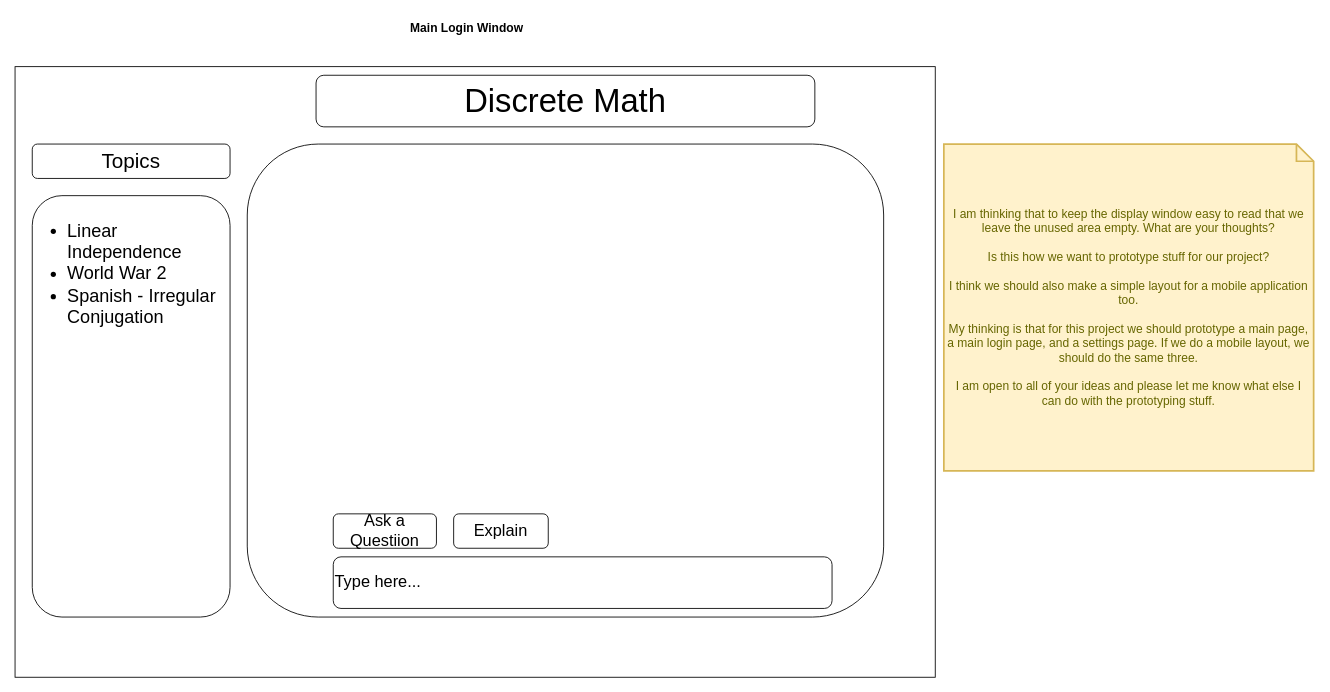
Earlier version of the draw.io diagram 460prototype.drawio (mmeiser19/cpsc460). Source tidied: cells renumbered, new cells numbered last; positions are measured from the earlier drawing's top-left corner, leaving out a move shared by most shapes. Both pictures are drawn from the tidied source at 86%, with x=0, y=0 at pixel (15, 15).
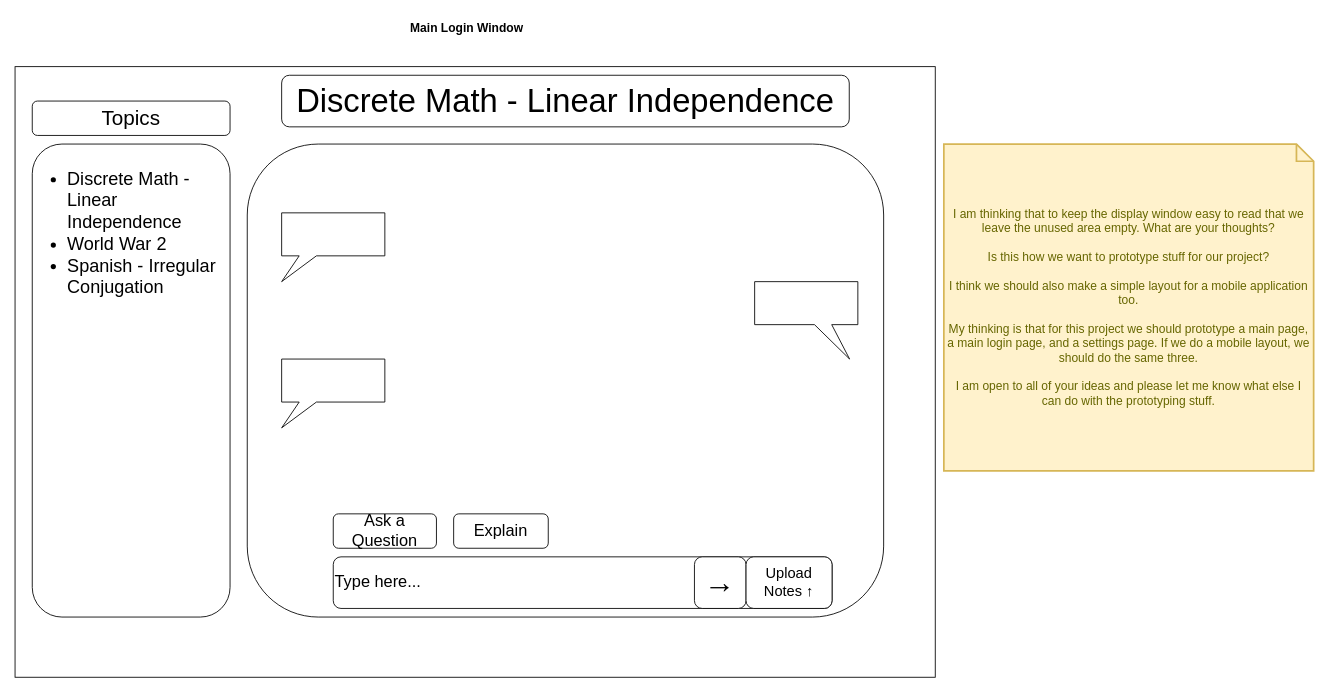
After the change.

Commit message:
Created 1 of 3 chat pages

Diff of the diagram source:
```diff
@@
 <mxGraphModel>
   <root>
     <mxCell id="0" />
     <mxCell id="1" parent="0" />
     <mxCell id="2" style="rounded=0;whiteSpace=wrap;html=1;" parent="1" vertex="1">
       <mxGeometry y="60" width="1070" height="710" as="geometry" />
     </mxCell>
     <mxCell id="3" value="&lt;b&gt;&lt;font style=&quot;font-size: 14px;&quot;&gt;Main Login Window&lt;/font&gt;&lt;/b&gt;" style="text;html=1;strokeColor=none;fillColor=none;align=center;verticalAlign=middle;whiteSpace=wrap;rounded=0;" parent="1" vertex="1">
       <mxGeometry x="447.5" width="155" height="30" as="geometry" />
     </mxCell>
-    <mxCell id="4" value="&lt;span style=&quot;font-size: 38px;&quot;&gt;Discrete Math&lt;/span&gt;" style="rounded=1;whiteSpace=wrap;html=1;" parent="1" vertex="1">
-      <mxGeometry x="350" y="70" width="580" height="60" as="geometry" />
+    <mxCell id="4" value="&lt;span style=&quot;font-size: 38px;&quot;&gt;Discrete Math - Linear Independence&lt;br&gt;&lt;/span&gt;" style="rounded=1;whiteSpace=wrap;html=1;" parent="1" vertex="1">
+      <mxGeometry x="310" y="70" width="660" height="60" as="geometry" />
     </mxCell>
     <mxCell id="5" value="&lt;span style=&quot;font-size: 24px;&quot;&gt;Topics&lt;/span&gt;" style="rounded=1;whiteSpace=wrap;html=1;" parent="1" vertex="1">
-      <mxGeometry x="20" y="150" width="230" height="40" as="geometry" />
+      <mxGeometry x="20" y="100" width="230" height="40" as="geometry" />
     </mxCell>
     <mxCell id="6" style="rounded=1;whiteSpace=wrap;html=1;" parent="1" vertex="1">
       <mxGeometry x="270" y="150" width="740" height="550" as="geometry" />
     </mxCell>
     <mxCell id="7" value="&lt;font style=&quot;font-size: 19px;&quot;&gt;Type here...&lt;/font&gt;" style="rounded=1;whiteSpace=wrap;html=1;align=left;" parent="1" vertex="1">
       <mxGeometry x="370" y="630" width="580" height="60" as="geometry" />
     </mxCell>
     <mxCell id="8" value="I am thinking that to keep the display window easy to read that we leave the unused area empty. What are your thoughts?&lt;br&gt;&lt;br&gt;Is this how we want to prototype stuff for our project?&lt;br&gt;&lt;br&gt;I think we should also make a simple layout for a mobile application too.&lt;br&gt;&lt;br&gt;My thinking is that for this project we should prototype a main page, a main login page, and a settings page. If we do a mobile layout, we should do the same three.&lt;br&gt;&lt;br&gt;I am open to all of your ideas and please let me know what else I can do with the prototyping stuff." style="shape=note;strokeWidth=2;fontSize=14;size=20;whiteSpace=wrap;html=1;fillColor=#fff2cc;strokeColor=#d6b656;fontColor=#666600;" parent="1" vertex="1">
       <mxGeometry x="1080" y="150" width="430" height="380" as="geometry" />
     </mxCell>
-    <mxCell id="9" value="&lt;ul style=&quot;font-size: 21px;&quot;&gt;&lt;li style=&quot;text-align: left;&quot;&gt;&lt;span style=&quot;background-color: initial;&quot;&gt;Linear Independence&lt;/span&gt;&lt;/li&gt;&lt;li style=&quot;text-align: left;&quot;&gt;&lt;span style=&quot;background-color: initial;&quot;&gt;World War 2&lt;/span&gt;&lt;/li&gt;&lt;li style=&quot;text-align: left;&quot;&gt;&lt;span style=&quot;background-color: initial;&quot;&gt;Spanish - Irregular Conjugation&lt;/span&gt;&lt;/li&gt;&lt;/ul&gt;" style="rounded=1;whiteSpace=wrap;html=1;verticalAlign=top;" parent="1" vertex="1">
-      <mxGeometry x="20" y="210" width="230" height="490" as="geometry" />
+    <mxCell id="9" value="&lt;ul style=&quot;font-size: 21px;&quot;&gt;&lt;li style=&quot;text-align: left;&quot;&gt;&lt;span style=&quot;background-color: initial;&quot;&gt;Discrete Math - Linear Independence&lt;/span&gt;&lt;/li&gt;&lt;li style=&quot;text-align: left;&quot;&gt;&lt;span style=&quot;background-color: initial;&quot;&gt;World War 2&lt;/span&gt;&lt;/li&gt;&lt;li style=&quot;text-align: left;&quot;&gt;&lt;span style=&quot;background-color: initial;&quot;&gt;Spanish - Irregular Conjugation&lt;/span&gt;&lt;/li&gt;&lt;/ul&gt;" style="rounded=1;whiteSpace=wrap;html=1;verticalAlign=top;" parent="1" vertex="1">
+      <mxGeometry x="20" y="150" width="230" height="550" as="geometry" />
     </mxCell>
-    <mxCell id="10" value="&lt;font style=&quot;font-size: 19px;&quot;&gt;Ask a Questiion&lt;/font&gt;" style="rounded=1;whiteSpace=wrap;html=1;" parent="1" vertex="1">
+    <mxCell id="10" value="&lt;font style=&quot;font-size: 19px;&quot;&gt;Ask a Question&lt;/font&gt;" style="rounded=1;whiteSpace=wrap;html=1;" parent="1" vertex="1">
       <mxGeometry x="370" y="580" width="120" height="40" as="geometry" />
     </mxCell>
     <mxCell id="11" value="&lt;font style=&quot;font-size: 19px;&quot;&gt;Explain&lt;/font&gt;" style="rounded=1;whiteSpace=wrap;html=1;" parent="1" vertex="1">
       <mxGeometry x="510" y="580" width="110" height="40" as="geometry" />
     </mxCell>
+    <mxCell id="12" value="&lt;font style=&quot;font-size: 36px;&quot;&gt;→&lt;/font&gt;" style="rounded=1;whiteSpace=wrap;html=1;" parent="1" vertex="1">
+      <mxGeometry x="790" y="630" width="60" height="60" as="geometry" />
+    </mxCell>
+    <mxCell id="13" value="&lt;font style=&quot;font-size: 17px;&quot;&gt;Upload Notes ↑&lt;br&gt;&lt;/font&gt;" style="rounded=1;whiteSpace=wrap;html=1;" parent="1" vertex="1">
+      <mxGeometry x="850" y="630" width="100" height="60" as="geometry" />
+    </mxCell>
+    <mxCell id="14" style="shape=callout;whiteSpace=wrap;html=1;perimeter=calloutPerimeter;size=30;position=0.17;position2=0;" parent="1" vertex="1">
+      <mxGeometry x="310" y="400" width="120" height="80" as="geometry" />
+    </mxCell>
+    <mxCell id="15" style="shape=callout;whiteSpace=wrap;html=1;perimeter=calloutPerimeter;size=30;position=0.17;position2=0;" parent="1" vertex="1">
+      <mxGeometry x="310" y="230" width="120" height="80" as="geometry" />
+    </mxCell>
+    <mxCell id="16" style="shape=callout;whiteSpace=wrap;html=1;perimeter=calloutPerimeter;size=40;position=0.58;position2=0.92;base=20;" parent="1" vertex="1">
+      <mxGeometry x="860" y="310" width="120" height="90" as="geometry" />
+    </mxCell>
   </root>
 </mxGraphModel>
```
